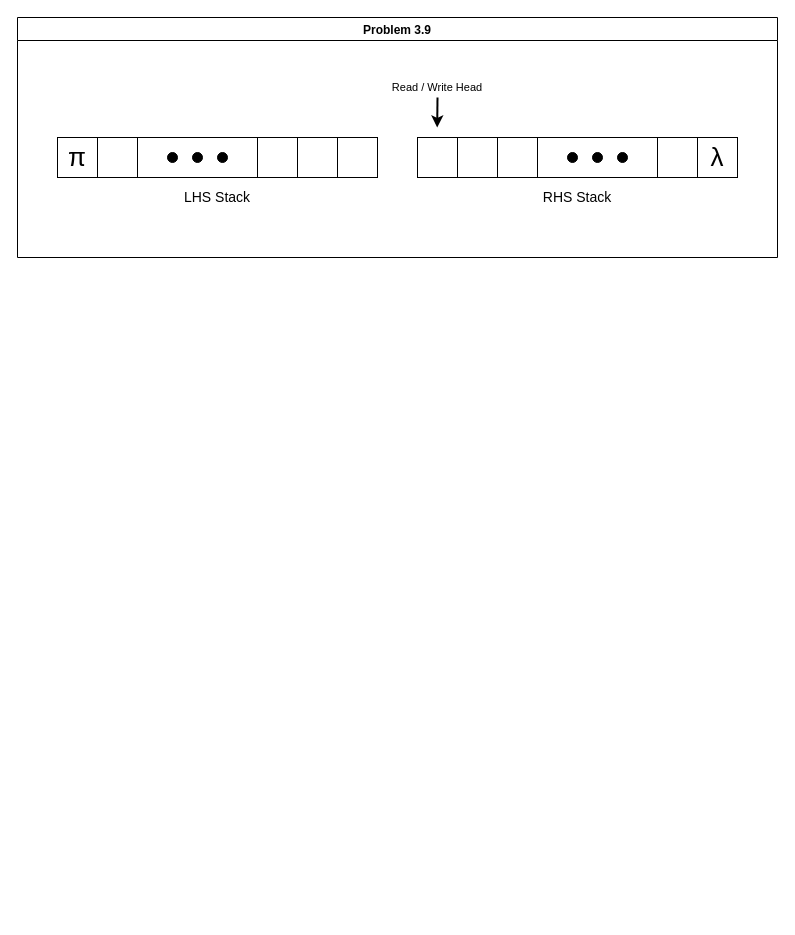
This is page "P3.xx" (3 of 8) of Introduction.to.the.Theory.of.Computation.3e/Figures/Firgures.drawio from mehshan/tcs, a draw.io file, before an edit. Source tidied: cells renumbered, new cells numbered last; positions are measured from the earlier drawing's top-left corner, leaving out a move shared by most shapes. Both pictures are drawn from the tidied source at 100%, with x=0, y=0 at pixel (17, 17).
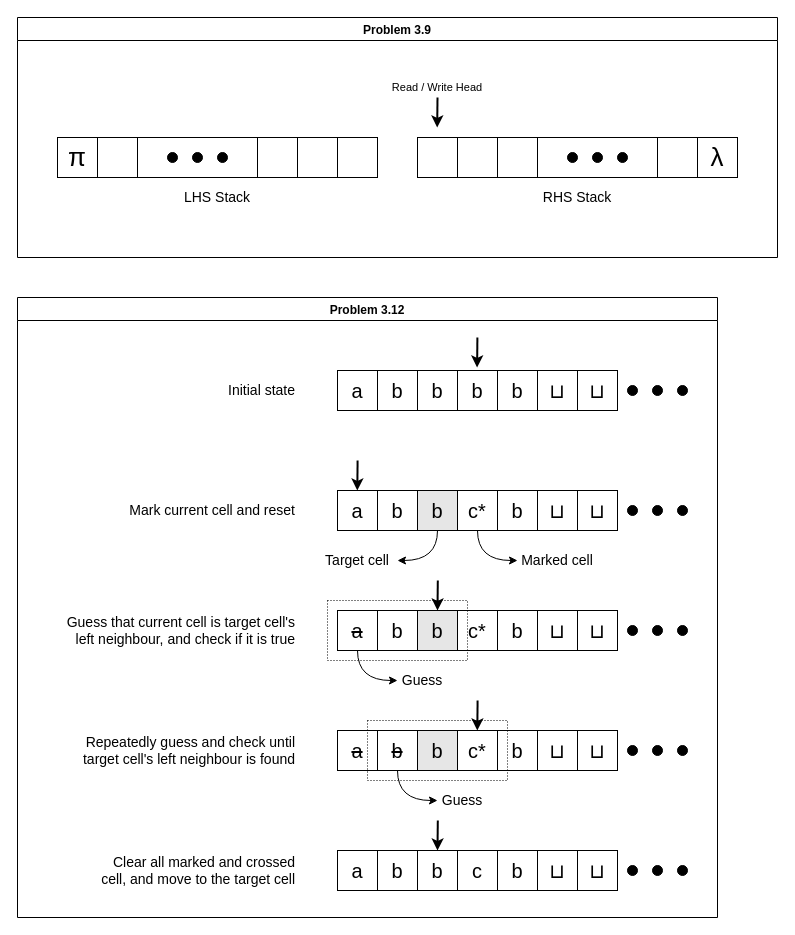
After the change.

The edit, as a diff of the source:
```diff
@@
+    <mxCell id="27" value="Problem 3.12" style="swimlane;" parent="1" vertex="1">
+      <mxGeometry y="280" width="700" height="620" as="geometry" />
+    </mxCell>
+    <mxCell id="28" value="a" style="whiteSpace=wrap;html=1;fontSize=20;" parent="27" vertex="1">
+      <mxGeometry x="320" y="73" width="40" height="40" as="geometry" />
+    </mxCell>
+    <mxCell id="29" value="b" style="whiteSpace=wrap;html=1;fontSize=20;" parent="27" vertex="1">
+      <mxGeometry x="360" y="73" width="40" height="40" as="geometry" />
+    </mxCell>
+    <mxCell id="30" style="whiteSpace=wrap;html=1;" parent="27" vertex="1">
+      <mxGeometry x="560" y="73" width="40" height="40" as="geometry" />
+    </mxCell>
+    <mxCell id="31" value="⊔" style="whiteSpace=wrap;html=1;fontSize=20;" parent="27" vertex="1">
+      <mxGeometry x="520" y="73" width="40" height="40" as="geometry" />
+    </mxCell>
+    <mxCell id="32" style="ellipse;whiteSpace=wrap;html=1;fillColor=#000000;" parent="27" vertex="1">
+      <mxGeometry x="610" y="88" width="10" height="10" as="geometry" />
+    </mxCell>
+    <mxCell id="33" style="ellipse;whiteSpace=wrap;html=1;fillColor=#000000;" parent="27" vertex="1">
+      <mxGeometry x="635" y="88" width="10" height="10" as="geometry" />
+    </mxCell>
+    <mxCell id="34" style="ellipse;whiteSpace=wrap;html=1;fillColor=#000000;" parent="27" vertex="1">
+      <mxGeometry x="660" y="88" width="10" height="10" as="geometry" />
+    </mxCell>
+    <mxCell id="35" value="⊔" style="text;html=1;align=center;verticalAlign=middle;whiteSpace=wrap;rounded=0;fontSize=20;fontStyle=0;" parent="27" vertex="1">
+      <mxGeometry x="560" y="73" width="40" height="40" as="geometry" />
+    </mxCell>
+    <mxCell id="36" value="Target cell" style="text;html=1;align=center;verticalAlign=middle;whiteSpace=wrap;rounded=0;fontSize=14;" parent="27" vertex="1">
+      <mxGeometry x="300" y="243" width="80" height="40" as="geometry" />
+    </mxCell>
+    <mxCell id="37" style="endArrow=classic;html=1;rounded=0;strokeWidth=2;" parent="27" edge="1">
+      <mxGeometry relative="1" as="geometry">
+        <mxPoint x="459.9" y="40" as="sourcePoint" />
+        <mxPoint x="459.6" y="70" as="targetPoint" />
+      </mxGeometry>
+    </mxCell>
+    <mxCell id="38" value="b" style="whiteSpace=wrap;html=1;fontSize=20;" parent="27" vertex="1">
+      <mxGeometry x="400" y="73" width="40" height="40" as="geometry" />
+    </mxCell>
+    <mxCell id="39" value="b" style="whiteSpace=wrap;html=1;fontSize=20;" parent="27" vertex="1">
+      <mxGeometry x="440" y="73" width="40" height="40" as="geometry" />
+    </mxCell>
+    <mxCell id="40" value="b" style="whiteSpace=wrap;html=1;fontSize=20;" parent="27" vertex="1">
+      <mxGeometry x="480" y="73" width="40" height="40" as="geometry" />
+    </mxCell>
+    <mxCell id="41" value="a" style="whiteSpace=wrap;html=1;fontSize=20;" parent="27" vertex="1">
+      <mxGeometry x="320" y="193" width="40" height="40" as="geometry" />
+    </mxCell>
+    <mxCell id="42" value="b" style="whiteSpace=wrap;html=1;fontSize=20;" parent="27" vertex="1">
+      <mxGeometry x="360" y="193" width="40" height="40" as="geometry" />
+    </mxCell>
+    <mxCell id="43" style="whiteSpace=wrap;html=1;" parent="27" vertex="1">
+      <mxGeometry x="560" y="193" width="40" height="40" as="geometry" />
+    </mxCell>
+    <mxCell id="44" value="⊔" style="whiteSpace=wrap;html=1;fontSize=20;" parent="27" vertex="1">
+      <mxGeometry x="520" y="193" width="40" height="40" as="geometry" />
+    </mxCell>
+    <mxCell id="45" style="ellipse;whiteSpace=wrap;html=1;fillColor=#000000;" parent="27" vertex="1">
+      <mxGeometry x="610" y="208" width="10" height="10" as="geometry" />
+    </mxCell>
+    <mxCell id="46" style="ellipse;whiteSpace=wrap;html=1;fillColor=#000000;" parent="27" vertex="1">
+      <mxGeometry x="635" y="208" width="10" height="10" as="geometry" />
+    </mxCell>
+    <mxCell id="47" style="ellipse;whiteSpace=wrap;html=1;fillColor=#000000;" parent="27" vertex="1">
+      <mxGeometry x="660" y="208" width="10" height="10" as="geometry" />
+    </mxCell>
+    <mxCell id="48" value="⊔" style="text;html=1;align=center;verticalAlign=middle;whiteSpace=wrap;rounded=0;fontSize=20;fontStyle=0;" parent="27" vertex="1">
+      <mxGeometry x="560" y="193" width="40" height="40" as="geometry" />
+    </mxCell>
+    <mxCell id="49" value="b" style="whiteSpace=wrap;html=1;fontSize=20;fillColor=#E6E6E6;" parent="27" vertex="1">
+      <mxGeometry x="400" y="193" width="40" height="40" as="geometry" />
+    </mxCell>
+    <mxCell id="50" value="c*" style="whiteSpace=wrap;html=1;fontSize=20;" parent="27" vertex="1">
+      <mxGeometry x="440" y="193" width="40" height="40" as="geometry" />
+    </mxCell>
+    <mxCell id="51" value="b" style="whiteSpace=wrap;html=1;fontSize=20;" parent="27" vertex="1">
+      <mxGeometry x="480" y="193" width="40" height="40" as="geometry" />
+    </mxCell>
+    <mxCell id="52" value="Marked cell" style="text;html=1;align=center;verticalAlign=middle;whiteSpace=wrap;rounded=0;fontSize=14;" parent="27" vertex="1">
+      <mxGeometry x="500" y="243" width="80" height="40" as="geometry" />
+    </mxCell>
+    <mxCell id="53" style="curved=1;endArrow=classic;html=1;rounded=0;" parent="27" edge="1">
+      <mxGeometry relative="1" as="geometry">
+        <mxPoint x="460" y="233" as="sourcePoint" />
+        <mxPoint x="500" y="263" as="targetPoint" />
+        <Array as="points">
+          <mxPoint x="460" y="263" />
+        </Array>
+      </mxGeometry>
+    </mxCell>
+    <mxCell id="54" style="curved=1;endArrow=classic;html=1;rounded=0;" parent="27" edge="1">
+      <mxGeometry relative="1" as="geometry">
+        <mxPoint x="420" y="233" as="sourcePoint" />
+        <mxPoint x="380" y="263" as="targetPoint" />
+        <Array as="points">
+          <mxPoint x="420" y="263" />
+        </Array>
+      </mxGeometry>
+    </mxCell>
+    <mxCell id="55" value="&lt;strike&gt;a&lt;/strike&gt;" style="whiteSpace=wrap;html=1;fontSize=20;" parent="27" vertex="1">
+      <mxGeometry x="320" y="313" width="40" height="40" as="geometry" />
+    </mxCell>
+    <mxCell id="56" value="b" style="whiteSpace=wrap;html=1;fontSize=20;" parent="27" vertex="1">
+      <mxGeometry x="360" y="313" width="40" height="40" as="geometry" />
+    </mxCell>
+    <mxCell id="57" style="whiteSpace=wrap;html=1;" parent="27" vertex="1">
+      <mxGeometry x="560" y="313" width="40" height="40" as="geometry" />
+    </mxCell>
+    <mxCell id="58" value="⊔" style="whiteSpace=wrap;html=1;fontSize=20;" parent="27" vertex="1">
+      <mxGeometry x="520" y="313" width="40" height="40" as="geometry" />
+    </mxCell>
+    <mxCell id="59" style="ellipse;whiteSpace=wrap;html=1;fillColor=#000000;" parent="27" vertex="1">
+      <mxGeometry x="610" y="328" width="10" height="10" as="geometry" />
+    </mxCell>
+    <mxCell id="60" style="ellipse;whiteSpace=wrap;html=1;fillColor=#000000;" parent="27" vertex="1">
+      <mxGeometry x="635" y="328" width="10" height="10" as="geometry" />
+    </mxCell>
+    <mxCell id="61" style="ellipse;whiteSpace=wrap;html=1;fillColor=#000000;" parent="27" vertex="1">
+      <mxGeometry x="660" y="328" width="10" height="10" as="geometry" />
+    </mxCell>
+    <mxCell id="62" value="⊔" style="text;html=1;align=center;verticalAlign=middle;whiteSpace=wrap;rounded=0;fontSize=20;fontStyle=0;" parent="27" vertex="1">
+      <mxGeometry x="560" y="313" width="40" height="40" as="geometry" />
+    </mxCell>
+    <mxCell id="63" value="b" style="whiteSpace=wrap;html=1;fontSize=20;fillColor=#E6E6E6;" parent="27" vertex="1">
+      <mxGeometry x="400" y="313" width="40" height="40" as="geometry" />
+    </mxCell>
+    <mxCell id="64" value="c*" style="whiteSpace=wrap;html=1;fontSize=20;" parent="27" vertex="1">
+      <mxGeometry x="440" y="313" width="40" height="40" as="geometry" />
+    </mxCell>
+    <mxCell id="65" value="b" style="whiteSpace=wrap;html=1;fontSize=20;" parent="27" vertex="1">
+      <mxGeometry x="480" y="313" width="40" height="40" as="geometry" />
+    </mxCell>
+    <mxCell id="66" style="curved=1;endArrow=classic;html=1;rounded=0;" parent="27" edge="1">
+      <mxGeometry relative="1" as="geometry">
+        <mxPoint x="340" y="353" as="sourcePoint" />
+        <mxPoint x="380" y="383" as="targetPoint" />
+        <Array as="points">
+          <mxPoint x="340" y="383" />
+        </Array>
+      </mxGeometry>
+    </mxCell>
+    <mxCell id="67" value="Guess" style="text;html=1;align=center;verticalAlign=middle;whiteSpace=wrap;rounded=0;fontSize=14;" parent="27" vertex="1">
+      <mxGeometry x="380" y="363" width="50" height="40" as="geometry" />
+    </mxCell>
+    <mxCell id="68" value="&lt;strike&gt;a&lt;/strike&gt;" style="whiteSpace=wrap;html=1;fontSize=20;" parent="27" vertex="1">
+      <mxGeometry x="320" y="433" width="40" height="40" as="geometry" />
+    </mxCell>
+    <mxCell id="69" value="&lt;strike&gt;b&lt;/strike&gt;" style="whiteSpace=wrap;html=1;fontSize=20;" parent="27" vertex="1">
+      <mxGeometry x="360" y="433" width="40" height="40" as="geometry" />
+    </mxCell>
+    <mxCell id="70" style="whiteSpace=wrap;html=1;" parent="27" vertex="1">
+      <mxGeometry x="560" y="433" width="40" height="40" as="geometry" />
+    </mxCell>
+    <mxCell id="71" value="⊔" style="whiteSpace=wrap;html=1;fontSize=20;" parent="27" vertex="1">
+      <mxGeometry x="520" y="433" width="40" height="40" as="geometry" />
+    </mxCell>
+    <mxCell id="72" style="ellipse;whiteSpace=wrap;html=1;fillColor=#000000;" parent="27" vertex="1">
+      <mxGeometry x="610" y="448" width="10" height="10" as="geometry" />
+    </mxCell>
+    <mxCell id="73" style="ellipse;whiteSpace=wrap;html=1;fillColor=#000000;" parent="27" vertex="1">
+      <mxGeometry x="635" y="448" width="10" height="10" as="geometry" />
+    </mxCell>
+    <mxCell id="74" style="ellipse;whiteSpace=wrap;html=1;fillColor=#000000;" parent="27" vertex="1">
+      <mxGeometry x="660" y="448" width="10" height="10" as="geometry" />
+    </mxCell>
+    <mxCell id="75" value="⊔" style="text;html=1;align=center;verticalAlign=middle;whiteSpace=wrap;rounded=0;fontSize=20;fontStyle=0;" parent="27" vertex="1">
+      <mxGeometry x="560" y="433" width="40" height="40" as="geometry" />
+    </mxCell>
+    <mxCell id="76" value="b" style="whiteSpace=wrap;html=1;fontSize=20;fillColor=#E6E6E6;" parent="27" vertex="1">
+      <mxGeometry x="400" y="433" width="40" height="40" as="geometry" />
+    </mxCell>
+    <mxCell id="77" value="c*" style="whiteSpace=wrap;html=1;fontSize=20;" parent="27" vertex="1">
+      <mxGeometry x="440" y="433" width="40" height="40" as="geometry" />
+    </mxCell>
+    <mxCell id="78" value="b" style="whiteSpace=wrap;html=1;fontSize=20;" parent="27" vertex="1">
+      <mxGeometry x="480" y="433" width="40" height="40" as="geometry" />
+    </mxCell>
+    <mxCell id="79" style="curved=1;endArrow=classic;html=1;rounded=0;" parent="27" edge="1">
+      <mxGeometry relative="1" as="geometry">
+        <mxPoint x="380" y="473" as="sourcePoint" />
+        <mxPoint x="420" y="503" as="targetPoint" />
+        <Array as="points">
+          <mxPoint x="380" y="503" />
+        </Array>
+      </mxGeometry>
+    </mxCell>
+    <mxCell id="80" value="Guess" style="text;html=1;align=center;verticalAlign=middle;whiteSpace=wrap;rounded=0;fontSize=14;" parent="27" vertex="1">
+      <mxGeometry x="420" y="483" width="50" height="40" as="geometry" />
+    </mxCell>
+    <mxCell id="81" style="rounded=0;whiteSpace=wrap;html=1;fillColor=none;dashed=1;dashPattern=1 2;" parent="27" vertex="1">
+      <mxGeometry x="310" y="303" width="140" height="60" as="geometry" />
+    </mxCell>
+    <mxCell id="82" style="rounded=0;whiteSpace=wrap;html=1;fillColor=none;dashed=1;dashPattern=1 2;" parent="27" vertex="1">
+      <mxGeometry x="350" y="423" width="140" height="60" as="geometry" />
+    </mxCell>
+    <mxCell id="83" value="a" style="whiteSpace=wrap;html=1;fontSize=20;" parent="27" vertex="1">
+      <mxGeometry x="320" y="553" width="40" height="40" as="geometry" />
+    </mxCell>
+    <mxCell id="84" value="b" style="whiteSpace=wrap;html=1;fontSize=20;" parent="27" vertex="1">
+      <mxGeometry x="360" y="553" width="40" height="40" as="geometry" />
+    </mxCell>
+    <mxCell id="85" style="whiteSpace=wrap;html=1;" parent="27" vertex="1">
+      <mxGeometry x="560" y="553" width="40" height="40" as="geometry" />
+    </mxCell>
+    <mxCell id="86" value="⊔" style="whiteSpace=wrap;html=1;fontSize=20;" parent="27" vertex="1">
+      <mxGeometry x="520" y="553" width="40" height="40" as="geometry" />
+    </mxCell>
+    <mxCell id="87" style="ellipse;whiteSpace=wrap;html=1;fillColor=#000000;" parent="27" vertex="1">
+      <mxGeometry x="610" y="568" width="10" height="10" as="geometry" />
+    </mxCell>
+    <mxCell id="88" style="ellipse;whiteSpace=wrap;html=1;fillColor=#000000;" parent="27" vertex="1">
+      <mxGeometry x="635" y="568" width="10" height="10" as="geometry" />
+    </mxCell>
+    <mxCell id="89" style="ellipse;whiteSpace=wrap;html=1;fillColor=#000000;" parent="27" vertex="1">
+      <mxGeometry x="660" y="568" width="10" height="10" as="geometry" />
+    </mxCell>
+    <mxCell id="90" value="⊔" style="text;html=1;align=center;verticalAlign=middle;whiteSpace=wrap;rounded=0;fontSize=20;fontStyle=0;" parent="27" vertex="1">
+      <mxGeometry x="560" y="553" width="40" height="40" as="geometry" />
+    </mxCell>
+    <mxCell id="91" style="endArrow=classic;html=1;rounded=0;strokeWidth=2;" parent="27" edge="1">
+      <mxGeometry relative="1" as="geometry">
+        <mxPoint x="420.3" y="523" as="sourcePoint" />
+        <mxPoint x="420" y="553" as="targetPoint" />
+      </mxGeometry>
+    </mxCell>
+    <mxCell id="92" value="b" style="whiteSpace=wrap;html=1;fontSize=20;" parent="27" vertex="1">
+      <mxGeometry x="400" y="553" width="40" height="40" as="geometry" />
+    </mxCell>
+    <mxCell id="93" value="c" style="whiteSpace=wrap;html=1;fontSize=20;" parent="27" vertex="1">
+      <mxGeometry x="440" y="553" width="40" height="40" as="geometry" />
+    </mxCell>
+    <mxCell id="94" value="b" style="whiteSpace=wrap;html=1;fontSize=20;" parent="27" vertex="1">
+      <mxGeometry x="480" y="553" width="40" height="40" as="geometry" />
+    </mxCell>
+    <mxCell id="95" value="Initial state" style="text;html=1;align=right;verticalAlign=middle;whiteSpace=wrap;rounded=0;fontSize=14;" parent="27" vertex="1">
+      <mxGeometry x="200" y="73" width="80" height="40" as="geometry" />
+    </mxCell>
+    <mxCell id="96" value="Mark current cell and reset" style="text;html=1;align=right;verticalAlign=middle;whiteSpace=wrap;rounded=0;fontSize=14;" parent="27" vertex="1">
+      <mxGeometry x="110" y="193" width="170" height="40" as="geometry" />
+    </mxCell>
+    <mxCell id="97" style="endArrow=classic;html=1;rounded=0;strokeWidth=2;" parent="27" edge="1">
+      <mxGeometry relative="1" as="geometry">
+        <mxPoint x="340.1" y="163" as="sourcePoint" />
+        <mxPoint x="339.8" y="193" as="targetPoint" />
+      </mxGeometry>
+    </mxCell>
+    <mxCell id="98" value="Guess that current cell is target cell's left neighbour, and check if it is true" style="text;html=1;align=right;verticalAlign=middle;whiteSpace=wrap;rounded=0;fontSize=14;" parent="27" vertex="1">
+      <mxGeometry x="40" y="313" width="240" height="40" as="geometry" />
+    </mxCell>
+    <mxCell id="99" style="endArrow=classic;html=1;rounded=0;strokeWidth=2;" parent="27" edge="1">
+      <mxGeometry relative="1" as="geometry">
+        <mxPoint x="420.3" y="283" as="sourcePoint" />
+        <mxPoint x="420" y="313" as="targetPoint" />
+      </mxGeometry>
+    </mxCell>
+    <mxCell id="100" style="endArrow=classic;html=1;rounded=0;strokeWidth=2;" parent="27" edge="1">
+      <mxGeometry relative="1" as="geometry">
+        <mxPoint x="460.1" y="403" as="sourcePoint" />
+        <mxPoint x="459.8" y="433" as="targetPoint" />
+      </mxGeometry>
+    </mxCell>
+    <mxCell id="101" value="Repeatedly guess and check until target cell's left neighbour is found" style="text;html=1;align=right;verticalAlign=middle;whiteSpace=wrap;rounded=0;fontSize=14;" parent="27" vertex="1">
+      <mxGeometry x="40" y="433" width="240" height="40" as="geometry" />
+    </mxCell>
+    <mxCell id="102" value="Clear all marked and crossed cell, and move to the target cell" style="text;html=1;align=right;verticalAlign=middle;whiteSpace=wrap;rounded=0;fontSize=14;" parent="27" vertex="1">
+      <mxGeometry x="80" y="553" width="200" height="40" as="geometry" />
+    </mxCell>
```
